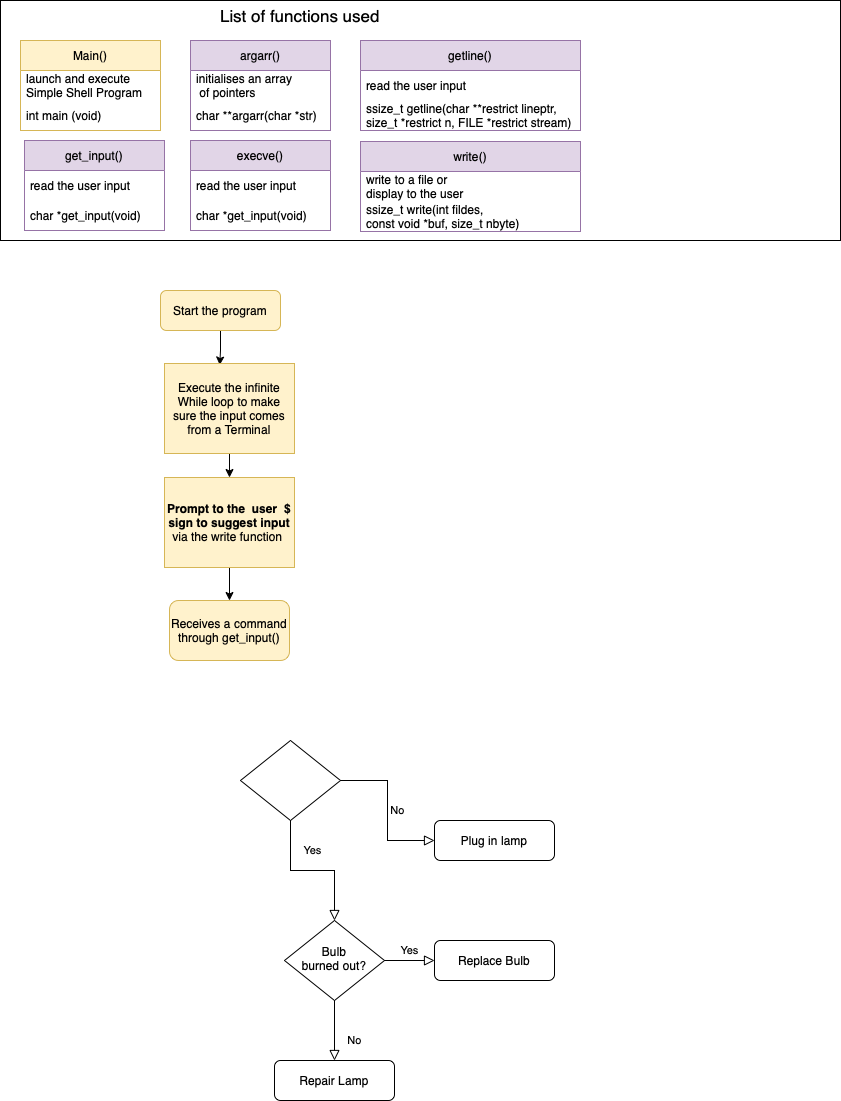
The draw.io diagram Simple_shell.drawio.png in RainInApril/holbertonschool-simple_shell, before a commit. Source tidied: cells renumbered, new cells last; positions are measured from the earlier drawing's top-left corner, leaving out a move shared by most shapes.
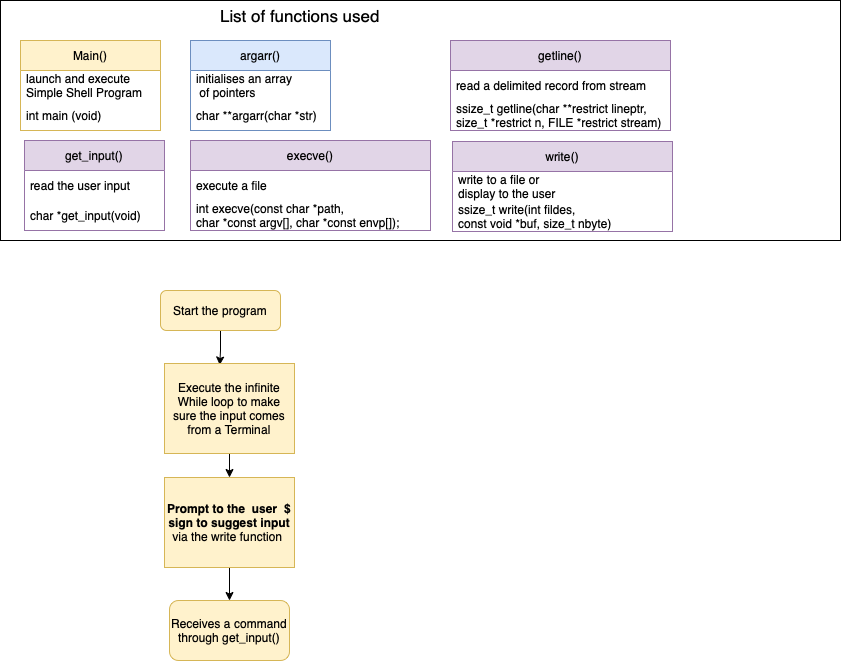
Above is the later version.

Change to the diagram source:
```diff
@@ -11,33 +11,6 @@
     <mxCell id="4" value="Start the program" style="rounded=1;whiteSpace=wrap;html=1;fontSize=12;glass=0;strokeWidth=1;shadow=0;fillColor=#fff2cc;strokeColor=#d6b656;" parent="1" vertex="1">
       <mxGeometry x="160" y="290" width="120" height="40" as="geometry" />
     </mxCell>
-    <mxCell id="5" value="Yes" style="rounded=0;html=1;jettySize=auto;fontSize=11;endArrow=block;endFill=0;endSize=8;strokeWidth=1;shadow=0;labelBackgroundColor=none;edgeStyle=orthogonalEdgeStyle;" parent="1" edge="1" source="7" target="11">
-      <mxGeometry y="20" relative="1" as="geometry" />
-    </mxCell>
-    <mxCell id="6" value="No" style="edgeStyle=orthogonalEdgeStyle;rounded=0;html=1;jettySize=auto;fontSize=11;endArrow=block;endFill=0;endSize=8;strokeWidth=1;shadow=0;labelBackgroundColor=none;" parent="1" edge="1" source="7" target="8">
-      <mxGeometry y="10" relative="1" as="geometry" />
-    </mxCell>
-    <mxCell id="7" style="rhombus;whiteSpace=wrap;html=1;shadow=0;fontFamily=Helvetica;fontSize=12;align=center;strokeWidth=1;spacing=6;spacingTop=-4;" parent="1" vertex="1">
-      <mxGeometry x="240" y="740" width="100" height="80" as="geometry" />
-    </mxCell>
-    <mxCell id="8" value="Plug in lamp" style="rounded=1;whiteSpace=wrap;html=1;fontSize=12;glass=0;strokeWidth=1;shadow=0;" parent="1" vertex="1">
-      <mxGeometry x="434" y="820" width="120" height="40" as="geometry" />
-    </mxCell>
-    <mxCell id="9" value="No" style="rounded=0;html=1;jettySize=auto;fontSize=11;endArrow=block;endFill=0;endSize=8;strokeWidth=1;shadow=0;labelBackgroundColor=none;edgeStyle=orthogonalEdgeStyle;" parent="1" edge="1" source="11" target="12">
-      <mxGeometry x="0.33" y="20" relative="1" as="geometry" />
-    </mxCell>
-    <mxCell id="10" value="Yes" style="edgeStyle=orthogonalEdgeStyle;rounded=0;html=1;jettySize=auto;fontSize=11;endArrow=block;endFill=0;endSize=8;strokeWidth=1;shadow=0;labelBackgroundColor=none;" parent="1" edge="1" source="11" target="13">
-      <mxGeometry y="10" relative="1" as="geometry" />
-    </mxCell>
-    <mxCell id="11" value="Bulb&lt;br&gt;burned out?" style="rhombus;whiteSpace=wrap;html=1;shadow=0;fontFamily=Helvetica;fontSize=12;align=center;strokeWidth=1;spacing=6;spacingTop=-4;" parent="1" vertex="1">
-      <mxGeometry x="284" y="920" width="100" height="80" as="geometry" />
-    </mxCell>
-    <mxCell id="12" value="Repair Lamp" style="rounded=1;whiteSpace=wrap;html=1;fontSize=12;glass=0;strokeWidth=1;shadow=0;" parent="1" vertex="1">
-      <mxGeometry x="274" y="1060" width="120" height="40" as="geometry" />
-    </mxCell>
-    <mxCell id="13" value="Replace Bulb" style="rounded=1;whiteSpace=wrap;html=1;fontSize=12;glass=0;strokeWidth=1;shadow=0;" parent="1" vertex="1">
-      <mxGeometry x="434" y="940" width="120" height="40" as="geometry" />
-    </mxCell>
     <mxCell id="14" value="Main()" style="swimlane;fontStyle=0;horizontal=1;startSize=30;fillColor=#fff2cc;strokeColor=#d6b656;" parent="1" vertex="1">
       <mxGeometry x="20" y="40" width="140" height="90" as="geometry" />
     </mxCell>
@@ -74,7 +47,7 @@
     <mxCell id="25" value="Receives a command through get_input()" style="rounded=1;whiteSpace=wrap;html=1;fontSize=12;fillColor=#fff2cc;strokeColor=#d6b656;" parent="1" vertex="1">
       <mxGeometry x="169" y="600" width="120" height="60" as="geometry" />
     </mxCell>
-    <mxCell id="26" value="argarr()" style="swimlane;fontStyle=0;horizontal=1;startSize=30;fillColor=#e1d5e7;strokeColor=#9673a6;" parent="1" vertex="1">
+    <mxCell id="26" value="argarr()" style="swimlane;fontStyle=0;horizontal=1;startSize=30;fillColor=#dae8fc;strokeColor=#6c8ebf;" parent="1" vertex="1">
       <mxGeometry x="190" y="40" width="140" height="90" as="geometry" />
     </mxCell>
     <mxCell id="27" value="initialises an array&#10; of pointers" style="text;strokeColor=none;fillColor=none;align=left;verticalAlign=middle;spacingLeft=4;spacingRight=4;overflow=hidden;" parent="26" vertex="1">
@@ -84,25 +57,25 @@
       <mxGeometry y="60" width="140" height="30" as="geometry" />
     </mxCell>
     <mxCell id="29" value="execve()" style="swimlane;fontStyle=0;horizontal=1;startSize=30;fillColor=#e1d5e7;strokeColor=#9673a6;" parent="1" vertex="1">
-      <mxGeometry x="190" y="140" width="140" height="90" as="geometry" />
+      <mxGeometry x="190" y="140" width="240" height="90" as="geometry" />
     </mxCell>
-    <mxCell id="30" value="read the user input" style="text;strokeColor=none;fillColor=none;align=left;verticalAlign=middle;spacingLeft=4;spacingRight=4;overflow=hidden;" parent="29" vertex="1">
-      <mxGeometry y="30" width="140" height="30" as="geometry" />
+    <mxCell id="30" value="execute a file" style="text;strokeColor=none;fillColor=none;align=left;verticalAlign=middle;spacingLeft=4;spacingRight=4;overflow=hidden;" parent="29" vertex="1">
+      <mxGeometry y="30" width="240" height="30" as="geometry" />
     </mxCell>
-    <mxCell id="31" value="char *get_input(void)" style="text;strokeColor=none;fillColor=none;align=left;verticalAlign=middle;spacingLeft=4;spacingRight=4;overflow=hidden;" parent="29" vertex="1">
-      <mxGeometry y="60" width="140" height="30" as="geometry" />
+    <mxCell id="31" value="int execve(const char *path, &#10;char *const argv[], char *const envp[]);" style="text;strokeColor=none;fillColor=none;align=left;verticalAlign=middle;spacingLeft=4;spacingRight=4;overflow=hidden;" parent="29" vertex="1">
+      <mxGeometry y="60" width="240" height="30" as="geometry" />
     </mxCell>
     <mxCell id="32" value="getline()" style="swimlane;fontStyle=0;horizontal=1;startSize=30;fillColor=#e1d5e7;strokeColor=#9673a6;" parent="1" vertex="1">
-      <mxGeometry x="360" y="40" width="220" height="90" as="geometry" />
+      <mxGeometry x="450" y="40" width="220" height="90" as="geometry" />
     </mxCell>
-    <mxCell id="33" value="read the user input" style="text;strokeColor=none;fillColor=none;align=left;verticalAlign=middle;spacingLeft=4;spacingRight=4;overflow=hidden;" parent="32" vertex="1">
+    <mxCell id="33" value="read a delimited record from stream" style="text;strokeColor=none;fillColor=none;align=left;verticalAlign=middle;spacingLeft=4;spacingRight=4;overflow=hidden;fontFamily=Helvetica;" parent="32" vertex="1">
       <mxGeometry y="30" width="220" height="30" as="geometry" />
     </mxCell>
     <mxCell id="34" value="ssize_t getline(char **restrict lineptr, &#10;size_t *restrict n, FILE *restrict stream)" style="text;strokeColor=none;fillColor=none;align=left;verticalAlign=middle;spacingLeft=4;spacingRight=4;overflow=hidden;fontFamily=Helvetica;" parent="32" vertex="1">
       <mxGeometry y="60" width="220" height="30" as="geometry" />
     </mxCell>
     <mxCell id="35" value="write()" style="swimlane;fontStyle=0;horizontal=1;startSize=30;fillColor=#e1d5e7;strokeColor=#9673a6;" parent="1" vertex="1">
-      <mxGeometry x="360" y="141" width="220" height="90" as="geometry" />
+      <mxGeometry x="452" y="141" width="220" height="90" as="geometry" />
     </mxCell>
     <mxCell id="36" value="write to a file or&#10;display to the user" style="text;strokeColor=none;fillColor=none;align=left;verticalAlign=middle;spacingLeft=4;spacingRight=4;overflow=hidden;" parent="35" vertex="1">
       <mxGeometry y="30" width="220" height="30" as="geometry" />
```
